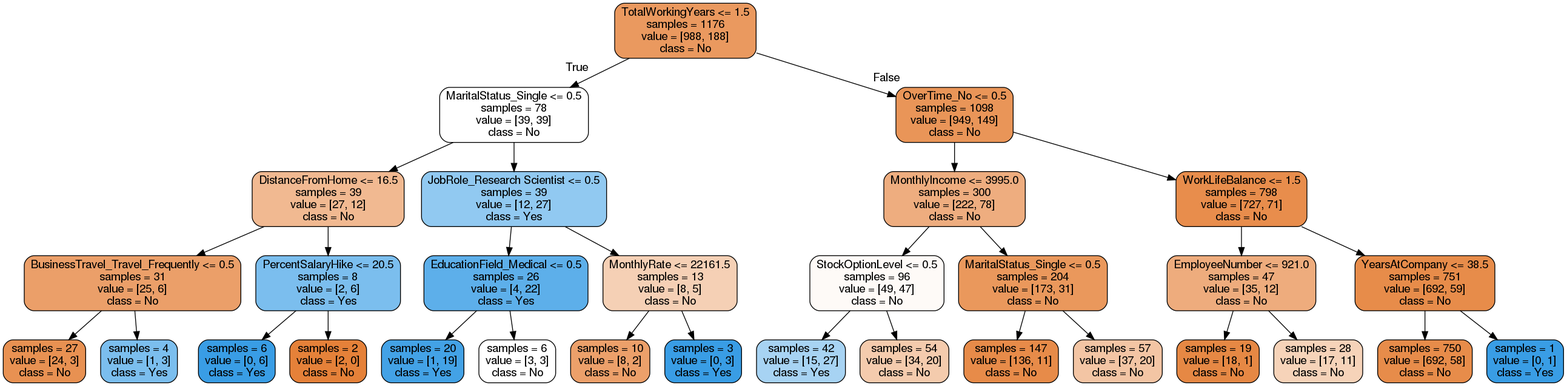
Above: tree1.png in bongsang/hr-forecasting (Graphviz), before the change. Its source is kept beside it as tree1.dot. Source of this version:
```dot
digraph Tree {
node [shape=box, style="filled, rounded", color="black", fontname=helvetica] ;
edge [fontname=helvetica] ;
0 [label="TotalWorkingYears <= 1.5\nsamples = 1176\nvalue = [988, 188]\nclass = No", fillcolor="#ea995f"] ;
1 [label="MaritalStatus_Single <= 0.5\nsamples = 78\nvalue = [39, 39]\nclass = No", fillcolor="#ffffff"] ;
0 -> 1 [labeldistance=2.5, labelangle=45, headlabel="True"] ;
2 [label="DistanceFromHome <= 16.5\nsamples = 39\nvalue = [27, 12]\nclass = No", fillcolor="#f1b991"] ;
1 -> 2 ;
3 [label="BusinessTravel_Travel_Frequently <= 0.5\nsamples = 31\nvalue = [25, 6]\nclass = No", fillcolor="#eb9f69"] ;
2 -> 3 ;
4 [label="samples = 27\nvalue = [24, 3]\nclass = No", fillcolor="#e89152"] ;
3 -> 4 ;
5 [label="samples = 4\nvalue = [1, 3]\nclass = Yes", fillcolor="#7bbeee"] ;
3 -> 5 ;
6 [label="PercentSalaryHike <= 20.5\nsamples = 8\nvalue = [2, 6]\nclass = Yes", fillcolor="#7bbeee"] ;
2 -> 6 ;
7 [label="samples = 6\nvalue = [0, 6]\nclass = Yes", fillcolor="#399de5"] ;
6 -> 7 ;
8 [label="samples = 2\nvalue = [2, 0]\nclass = No", fillcolor="#e58139"] ;
6 -> 8 ;
9 [label="JobRole_Research Scientist <= 0.5\nsamples = 39\nvalue = [12, 27]\nclass = Yes", fillcolor="#91c9f1"] ;
1 -> 9 ;
10 [label="EducationField_Medical <= 0.5\nsamples = 26\nvalue = [4, 22]\nclass = Yes", fillcolor="#5dafea"] ;
9 -> 10 ;
11 [label="samples = 20\nvalue = [1, 19]\nclass = Yes", fillcolor="#43a2e6"] ;
10 -> 11 ;
12 [label="samples = 6\nvalue = [3, 3]\nclass = No", fillcolor="#ffffff"] ;
10 -> 12 ;
13 [label="MonthlyRate <= 22161.5\nsamples = 13\nvalue = [8, 5]\nclass = No", fillcolor="#f5d0b5"] ;
9 -> 13 ;
14 [label="samples = 10\nvalue = [8, 2]\nclass = No", fillcolor="#eca06a"] ;
13 -> 14 ;
15 [label="samples = 3\nvalue = [0, 3]\nclass = Yes", fillcolor="#399de5"] ;
13 -> 15 ;
16 [label="OverTime_No <= 0.5\nsamples = 1098\nvalue = [949, 149]\nclass = No", fillcolor="#e99558"] ;
0 -> 16 [labeldistance=2.5, labelangle=-45, headlabel="False"] ;
17 [label="MonthlyIncome <= 3995.0\nsamples = 300\nvalue = [222, 78]\nclass = No", fillcolor="#eead7f"] ;
16 -> 17 ;
18 [label="StockOptionLevel <= 0.5\nsamples = 96\nvalue = [49, 47]\nclass = No", fillcolor="#fefaf7"] ;
17 -> 18 ;
19 [label="samples = 42\nvalue = [15, 27]\nclass = Yes", fillcolor="#a7d3f3"] ;
18 -> 19 ;
20 [label="samples = 54\nvalue = [34, 20]\nclass = No", fillcolor="#f4cbad"] ;
18 -> 20 ;
21 [label="MaritalStatus_Single <= 0.5\nsamples = 204\nvalue = [173, 31]\nclass = No", fillcolor="#ea985c"] ;
17 -> 21 ;
22 [label="samples = 147\nvalue = [136, 11]\nclass = No", fillcolor="#e78b49"] ;
21 -> 22 ;
23 [label="samples = 57\nvalue = [37, 20]\nclass = No", fillcolor="#f3c5a4"] ;
21 -> 23 ;
24 [label="WorkLifeBalance <= 1.5\nsamples = 798\nvalue = [727, 71]\nclass = No", fillcolor="#e88d4c"] ;
16 -> 24 ;
25 [label="EmployeeNumber <= 921.0\nsamples = 47\nvalue = [35, 12]\nclass = No", fillcolor="#eeac7d"] ;
24 -> 25 ;
26 [label="samples = 19\nvalue = [18, 1]\nclass = No", fillcolor="#e68844"] ;
25 -> 26 ;
27 [label="samples = 28\nvalue = [17, 11]\nclass = No", fillcolor="#f6d3b9"] ;
25 -> 27 ;
28 [label="YearsAtCompany <= 38.5\nsamples = 751\nvalue = [692, 59]\nclass = No", fillcolor="#e78c4a"] ;
24 -> 28 ;
29 [label="samples = 750\nvalue = [692, 58]\nclass = No", fillcolor="#e78c4a"] ;
28 -> 29 ;
30 [label="samples = 1\nvalue = [0, 1]\nclass = Yes", fillcolor="#399de5"] ;
28 -> 30 ;
}
```
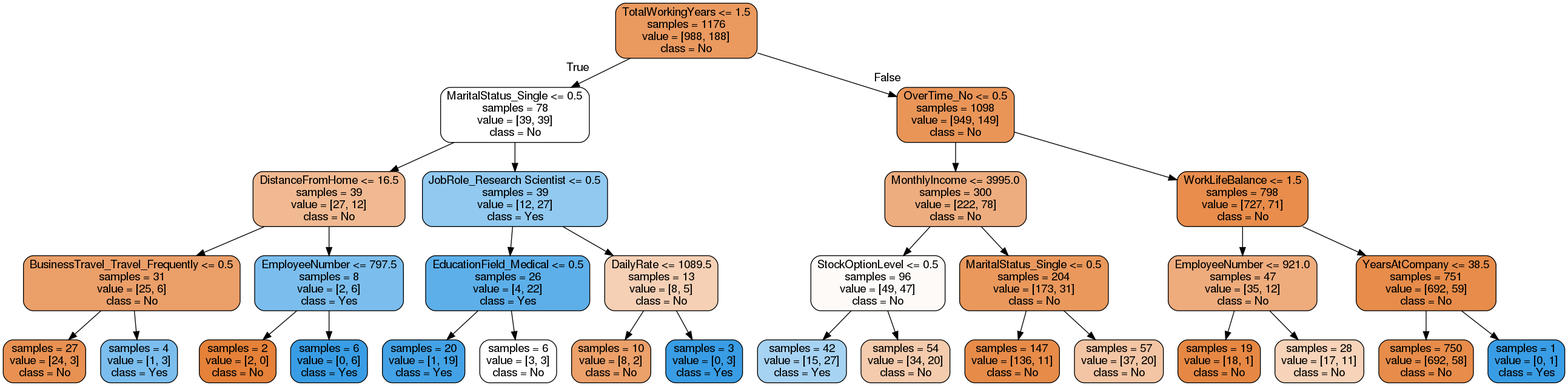
The same diagram one commit later.

The edit, as a diff of the source:
```diff
@@ -12,11 +12,11 @@
 3 -> 4 ;
 5 [label="samples = 4\nvalue = [1, 3]\nclass = Yes", fillcolor="#7bbeee"] ;
 3 -> 5 ;
-6 [label="PercentSalaryHike <= 20.5\nsamples = 8\nvalue = [2, 6]\nclass = Yes", fillcolor="#7bbeee"] ;
+6 [label="EmployeeNumber <= 797.5\nsamples = 8\nvalue = [2, 6]\nclass = Yes", fillcolor="#7bbeee"] ;
 2 -> 6 ;
-7 [label="samples = 6\nvalue = [0, 6]\nclass = Yes", fillcolor="#399de5"] ;
+7 [label="samples = 2\nvalue = [2, 0]\nclass = No", fillcolor="#e58139"] ;
 6 -> 7 ;
-8 [label="samples = 2\nvalue = [2, 0]\nclass = No", fillcolor="#e58139"] ;
+8 [label="samples = 6\nvalue = [0, 6]\nclass = Yes", fillcolor="#399de5"] ;
 6 -> 8 ;
 9 [label="JobRole_Research Scientist <= 0.5\nsamples = 39\nvalue = [12, 27]\nclass = Yes", fillcolor="#91c9f1"] ;
 1 -> 9 ;
@@ -26,7 +26,7 @@
 10 -> 11 ;
 12 [label="samples = 6\nvalue = [3, 3]\nclass = No", fillcolor="#ffffff"] ;
 10 -> 12 ;
-13 [label="MonthlyRate <= 22161.5\nsamples = 13\nvalue = [8, 5]\nclass = No", fillcolor="#f5d0b5"] ;
+13 [label="DailyRate <= 1089.5\nsamples = 13\nvalue = [8, 5]\nclass = No", fillcolor="#f5d0b5"] ;
 9 -> 13 ;
 14 [label="samples = 10\nvalue = [8, 2]\nclass = No", fillcolor="#eca06a"] ;
 13 -> 14 ;
```
